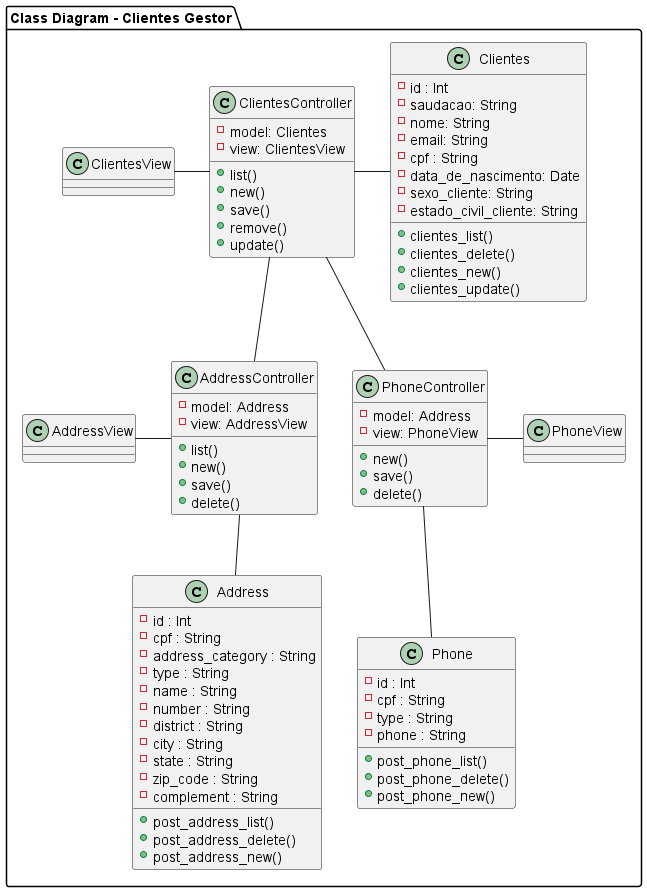
Earlier version of the PlantUML export modelagem/Class_Diagram.png (douglascarlos-dev/Clientes-Gestor).
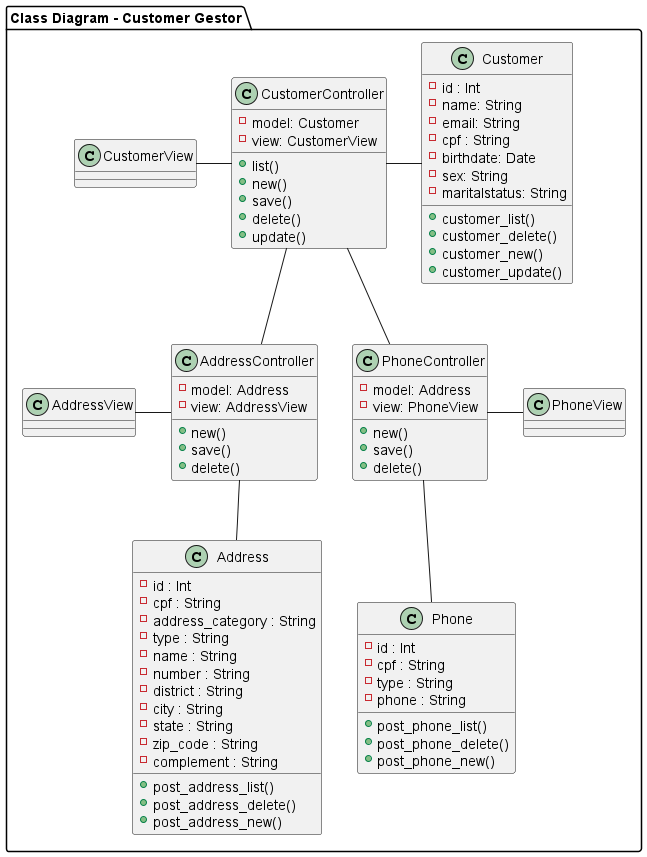
After the change.

Commit message:
:books: Atualização da documentação

Change to the diagram source:
```diff
@@ -1,11 +1,11 @@
 @startuml Class Diagram
 
-package "Class Diagram - Clientes Gestor" {
+package "Class Diagram - Customer Gestor" {
 
-ClientesController -left- ClientesView
-ClientesController -right- Clientes
-ClientesController -- AddressController
-ClientesController -- PhoneController
+CustomerController -left- CustomerView
+CustomerController -right- Customer
+CustomerController -- AddressController
+CustomerController -- PhoneController
 
 AddressController -left- AddressView
 AddressController -- Address
@@ -13,35 +13,33 @@
 PhoneController -right- PhoneView
 PhoneController -- Phone
 
-class ClientesController {
-    -model: Clientes
-    -view: ClientesView
+class CustomerController {
+    -model: Customer
+    -view: CustomerView
     +list()
     +new()
     +save()
-    +remove()
+    +delete()
     +update()
 }
 
-class Clientes {
+class Customer {
     -id : Int
-    -saudacao: String
-    -nome: String
+    -name: String
     -email: String
     -cpf : String
-    -data_de_nascimento: Date
-    -sexo_cliente: String
-    -estado_civil_cliente: String
-    +clientes_list()
-    +clientes_delete()
-    +clientes_new()
-    +clientes_update()
+    -birthdate: Date
+    -sex: String
+    -maritalstatus: String
+    +customer_list()
+    +customer_delete()
+    +customer_new()
+    +customer_update()
 }
 
 class AddressController {
     -model: Address
     -view: AddressView
-    +list()
     +new()
     +save()
     +delete()
```
